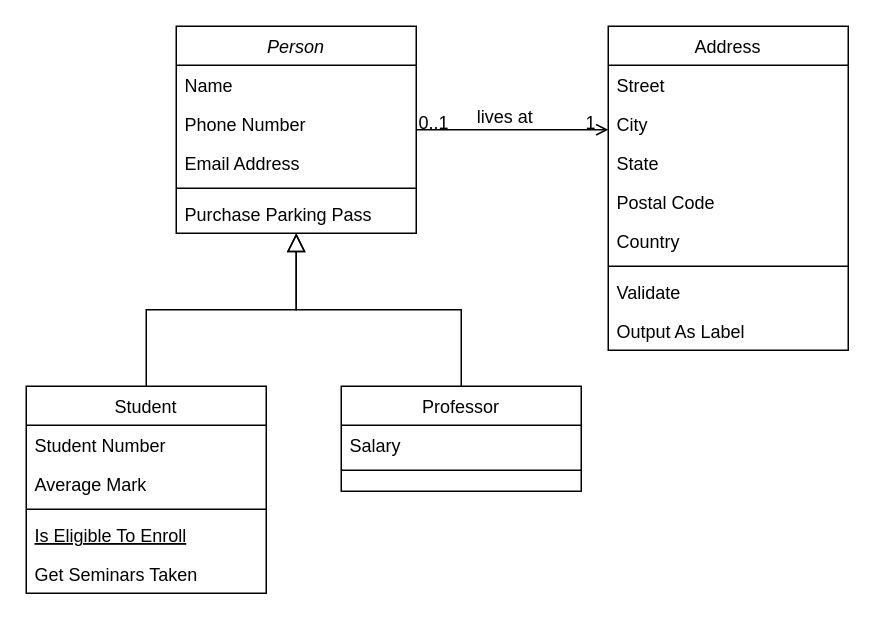
Before: Appointments.drawio in sileo18/Appointments, a draw.io diagram. Source tidied: cells renumbered, new cells numbered last; positions are measured from the earlier drawing's top-left corner, leaving out a move shared by most shapes. Both pictures are drawn from the tidied source at 150%, with x=0, y=0 at pixel (26, 26).
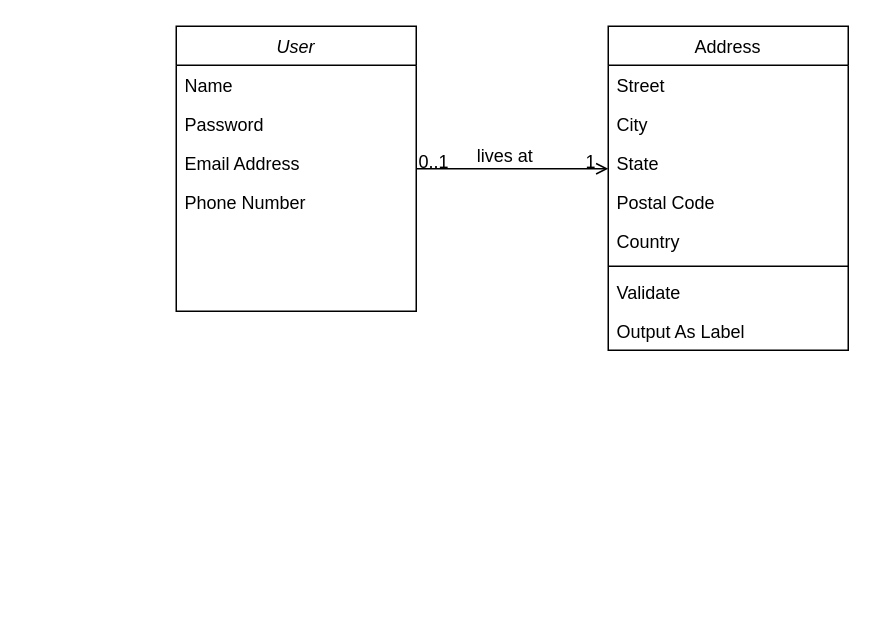
Above is the later version.

Change to the diagram source:
```diff
@@
-    <mxCell id="2" value="Person" style="swimlane;fontStyle=2;align=center;verticalAlign=top;horizontal=1;startSize=26;rounded=0;shadow=0;strokeWidth=1;" parent="1" vertex="1">
-      <mxGeometry x="100" width="160" height="138" as="geometry" />
+    <mxCell id="2" value="User&#10;" style="swimlane;fontStyle=2;align=center;verticalAlign=top;horizontal=1;startSize=26;rounded=0;shadow=0;strokeWidth=1;" parent="1" vertex="1">
+      <mxGeometry x="100" width="160" height="190" as="geometry" />
     </mxCell>
@@
+    <mxCell id="32" value="Password" style="text;align=left;verticalAlign=top;spacingLeft=4;spacingRight=4;overflow=hidden;rounded=0;shadow=0;html=0;" parent="2" vertex="1">
+      <mxGeometry y="52" width="160" height="26" as="geometry" />
+    </mxCell>
+    <mxCell id="5" value="Email Address" style="text;align=left;verticalAlign=top;spacingLeft=4;spacingRight=4;overflow=hidden;rounded=0;shadow=0;html=0;" parent="2" vertex="1">
+      <mxGeometry y="78" width="160" height="26" as="geometry" />
+    </mxCell>
     <mxCell id="4" value="Phone Number" style="text;align=left;verticalAlign=top;spacingLeft=4;spacingRight=4;overflow=hidden;rounded=0;shadow=0;html=0;" parent="2" vertex="1">
-      <mxGeometry y="52" width="160" height="26" as="geometry" />
+      <mxGeometry y="104" width="160" height="26" as="geometry" />
     </mxCell>
-    <mxCell id="5" value="Email Address" style="text;align=left;verticalAlign=top;spacingLeft=4;spacingRight=4;overflow=hidden;rounded=0;shadow=0;html=0;" parent="2" vertex="1">
-      <mxGeometry y="78" width="160" height="26" as="geometry" />
-    </mxCell>
-    <mxCell id="6" style="line;html=1;strokeWidth=1;align=left;verticalAlign=middle;spacingTop=-1;spacingLeft=3;spacingRight=3;labelPosition=right;" parent="2" vertex="1">
-      <mxGeometry y="104" width="160" height="8" as="geometry" />
-    </mxCell>
-    <mxCell id="7" value="Purchase Parking Pass" style="text;align=left;verticalAlign=top;spacingLeft=4;spacingRight=4;overflow=hidden;" parent="2" vertex="1">
-      <mxGeometry y="112" width="160" height="26" as="geometry" />
-    </mxCell>
-    <mxCell id="8" value="Student" style="swimlane;fontStyle=0;align=center;verticalAlign=top;horizontal=1;startSize=26;rounded=0;shadow=0;strokeWidth=1;" parent="1" vertex="1">
-      <mxGeometry y="240" width="160" height="138" as="geometry" />
-    </mxCell>
-    <mxCell id="9" value="Student Number" style="text;align=left;verticalAlign=top;spacingLeft=4;spacingRight=4;overflow=hidden;" parent="8" vertex="1">
-      <mxGeometry y="26" width="160" height="26" as="geometry" />
-    </mxCell>
-    <mxCell id="10" value="Average Mark" style="text;align=left;verticalAlign=top;spacingLeft=4;spacingRight=4;overflow=hidden;rounded=0;shadow=0;html=0;" parent="8" vertex="1">
-      <mxGeometry y="52" width="160" height="26" as="geometry" />
-    </mxCell>
-    <mxCell id="11" style="line;html=1;strokeWidth=1;align=left;verticalAlign=middle;spacingTop=-1;spacingLeft=3;spacingRight=3;labelPosition=right;" parent="8" vertex="1">
-      <mxGeometry y="78" width="160" height="8" as="geometry" />
-    </mxCell>
-    <mxCell id="12" value="Is Eligible To Enroll" style="text;align=left;verticalAlign=top;spacingLeft=4;spacingRight=4;overflow=hidden;fontStyle=4;" parent="8" vertex="1">
-      <mxGeometry y="86" width="160" height="26" as="geometry" />
-    </mxCell>
-    <mxCell id="13" value="Get Seminars Taken" style="text;align=left;verticalAlign=top;spacingLeft=4;spacingRight=4;overflow=hidden;" parent="8" vertex="1">
-      <mxGeometry y="112" width="160" height="26" as="geometry" />
-    </mxCell>
-    <mxCell id="14" style="endArrow=block;endSize=10;endFill=0;shadow=0;strokeWidth=1;rounded=0;curved=0;edgeStyle=elbowEdgeStyle;elbow=vertical;" parent="1" edge="1" source="8" target="2">
-      <mxGeometry relative="1" as="geometry" />
-    </mxCell>
-    <mxCell id="15" value="Professor" style="swimlane;fontStyle=0;align=center;verticalAlign=top;horizontal=1;startSize=26;rounded=0;shadow=0;strokeWidth=1;" parent="1" vertex="1">
-      <mxGeometry x="210" y="240" width="160" height="70" as="geometry" />
-    </mxCell>
-    <mxCell id="16" value="Salary" style="text;align=left;verticalAlign=top;spacingLeft=4;spacingRight=4;overflow=hidden;" parent="15" vertex="1">
-      <mxGeometry y="26" width="160" height="26" as="geometry" />
-    </mxCell>
-    <mxCell id="17" style="line;html=1;strokeWidth=1;align=left;verticalAlign=middle;spacingTop=-1;spacingLeft=3;spacingRight=3;labelPosition=right;" parent="15" vertex="1">
-      <mxGeometry y="52" width="160" height="8" as="geometry" />
-    </mxCell>
-    <mxCell id="18" style="endArrow=block;endSize=10;endFill=0;shadow=0;strokeWidth=1;rounded=0;curved=0;edgeStyle=elbowEdgeStyle;elbow=vertical;" parent="1" edge="1" source="15" target="2">
-      <mxGeometry relative="1" as="geometry" />
-    </mxCell>
```
